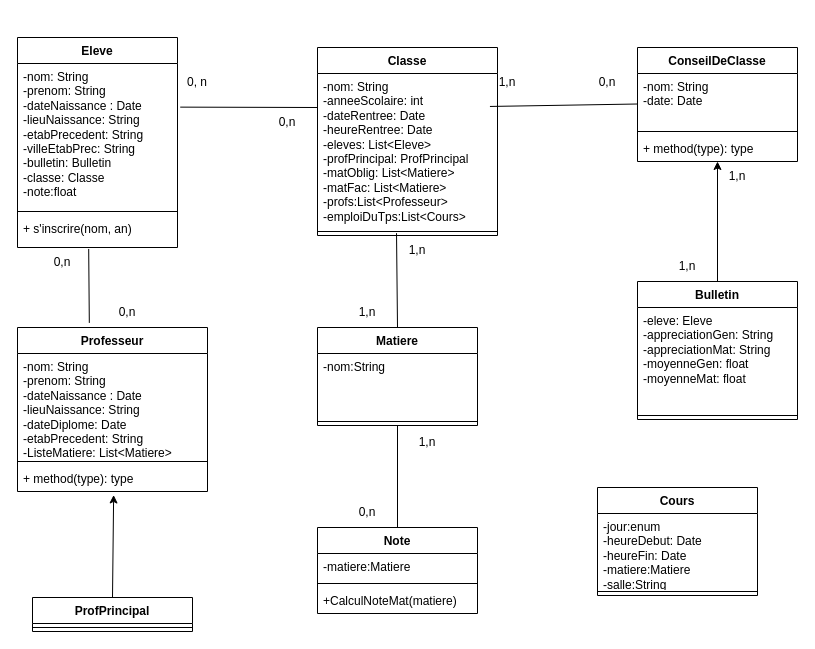
The draw.io diagram TP3.drawio in sheerinbanu/conception-uml, before the edit. Source tidied: cells renumbered, new cells numbered last; positions are measured from the earlier drawing's top-left corner, leaving out a move shared by most shapes. Both pictures are drawn from the tidied source at 100%, with x=0, y=0 at pixel (17, 37).
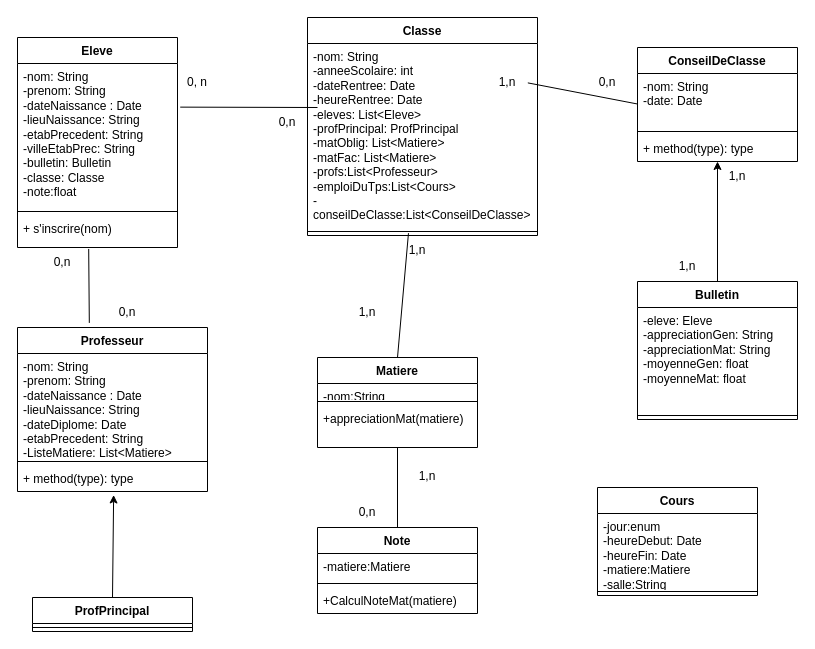
The same page after the edit.

Unchanged cells that the change refers to:
```xml
<mxCell id="2" value="Eleve" style="swimlane;fontStyle=1;align=center;verticalAlign=top;horizontal=1;startSize=26;whiteSpace=wrap;html=1;" parent="1" vertex="1">
  <mxGeometry width="160" height="210" as="geometry" />
</mxCell>
<mxCell id="41" value="Note" style="swimlane;fontStyle=1;align=center;verticalAlign=top;horizontal=1;startSize=26;whiteSpace=wrap;html=1;" parent="1" vertex="1">
  <mxGeometry x="300" y="490" width="160" height="86" as="geometry" />
</mxCell>
```

Diff of the diagram source:
```diff
@@
-    <mxCell id="5" value="+ s'inscrire(nom, an)" style="text;strokeColor=none;fillColor=none;align=left;verticalAlign=top;spacingLeft=4;spacingRight=4;overflow=hidden;points=[[0,0.5],[1,0.5]];portConstraint=eastwest;whiteSpace=wrap;html=1;" parent="2" vertex="1">
+    <mxCell id="5" value="+ s'inscrire(nom)" style="text;strokeColor=none;fillColor=none;align=left;verticalAlign=top;spacingLeft=4;spacingRight=4;overflow=hidden;points=[[0,0.5],[1,0.5]];portConstraint=eastwest;whiteSpace=wrap;html=1;" parent="2" vertex="1">
       <mxGeometry y="178" width="160" height="32" as="geometry" />
     </mxCell>
@@
     <mxCell id="10" value="Classe" style="swimlane;fontStyle=1;align=center;verticalAlign=top;horizontal=1;startSize=26;whiteSpace=wrap;html=1;" parent="1" vertex="1">
-      <mxGeometry x="300" y="10" width="180" height="188" as="geometry" />
+      <mxGeometry x="290" y="-20" width="230" height="218" as="geometry" />
     </mxCell>
-    <mxCell id="11" value="-nom: String&lt;div&gt;-anneeScolaire: int&lt;br&gt;&lt;div&gt;-dateRentree: Date&lt;/div&gt;&lt;div&gt;-heureRentree: Date&lt;/div&gt;&lt;div&gt;-eleves: List&amp;lt;Eleve&amp;gt;&lt;/div&gt;&lt;div&gt;-profPrincipal: ProfPrincipal&lt;/div&gt;&lt;div&gt;-matOblig: List&amp;lt;Matiere&amp;gt;&lt;/div&gt;&lt;div&gt;-matFac: List&amp;lt;Matiere&amp;gt;&lt;/div&gt;&lt;div&gt;-profs:List&amp;lt;Professeur&amp;gt;&lt;/div&gt;&lt;/div&gt;&lt;div&gt;-emploiDuTps:List&amp;lt;Cours&amp;gt;&lt;/div&gt;" style="text;strokeColor=none;fillColor=none;align=left;verticalAlign=top;spacingLeft=4;spacingRight=4;overflow=hidden;points=[[0,0.5],[1,0.5]];portConstraint=eastwest;whiteSpace=wrap;html=1;" parent="10" vertex="1">
-      <mxGeometry y="26" width="180" height="154" as="geometry" />
+    <mxCell id="11" value="-nom: String&lt;div&gt;-anneeScolaire: int&lt;br&gt;&lt;div&gt;-dateRentree: Date&lt;/div&gt;&lt;div&gt;-heureRentree: Date&lt;/div&gt;&lt;div&gt;-eleves: List&amp;lt;Eleve&amp;gt;&lt;/div&gt;&lt;div&gt;-profPrincipal: ProfPrincipal&lt;/div&gt;&lt;div&gt;-matOblig: List&amp;lt;Matiere&amp;gt;&lt;/div&gt;&lt;div&gt;-matFac: List&amp;lt;Matiere&amp;gt;&lt;/div&gt;&lt;div&gt;-profs:List&amp;lt;Professeur&amp;gt;&lt;/div&gt;&lt;/div&gt;&lt;div&gt;-emploiDuTps:List&amp;lt;Cours&amp;gt;&lt;/div&gt;&lt;div&gt;-conseilDeClasse:List&amp;lt;ConseilDeClasse&amp;gt;&lt;/div&gt;&lt;div&gt;&lt;br&gt;&lt;/div&gt;" style="text;strokeColor=none;fillColor=none;align=left;verticalAlign=top;spacingLeft=4;spacingRight=4;overflow=hidden;points=[[0,0.5],[1,0.5]];portConstraint=eastwest;whiteSpace=wrap;html=1;" parent="10" vertex="1">
+      <mxGeometry y="26" width="230" height="184" as="geometry" />
     </mxCell>
     <mxCell id="12" style="line;strokeWidth=1;fillColor=none;align=left;verticalAlign=middle;spacingTop=-1;spacingLeft=3;spacingRight=3;labelPosition=right;points=[];portConstraint=eastwest;strokeColor=inherit;" parent="10" vertex="1">
-      <mxGeometry y="180" width="180" height="8" as="geometry" />
+      <mxGeometry y="210" width="230" height="8" as="geometry" />
     </mxCell>
@@
-    <mxCell id="24" value="Matiere" style="swimlane;fontStyle=1;align=center;verticalAlign=top;horizontal=1;startSize=26;whiteSpace=wrap;html=1;" parent="1" vertex="1">
-      <mxGeometry x="300" y="290" width="160" height="98" as="geometry" />
-    </mxCell>
-    <mxCell id="25" value="-nom:String&lt;div&gt;&lt;br&gt;&lt;/div&gt;" style="text;strokeColor=none;fillColor=none;align=left;verticalAlign=top;spacingLeft=4;spacingRight=4;overflow=hidden;whiteSpace=wrap;html=1;" parent="24" vertex="1">
-      <mxGeometry y="26" width="160" height="64" as="geometry" />
-    </mxCell>
-    <mxCell id="26" style="line;strokeWidth=1;fillColor=none;align=left;verticalAlign=middle;spacingTop=-1;spacingLeft=3;spacingRight=3;labelPosition=right;strokeColor=inherit;" parent="24" vertex="1">
-      <mxGeometry y="90" width="160" height="8" as="geometry" />
-    </mxCell>
@@
-    <mxCell id="45" style="endArrow=none;html=1;rounded=0;exitX=0.5;exitY=0;exitDx=0;exitDy=0;entryX=0.5;entryY=1;entryDx=0;entryDy=0;" parent="1" edge="1" source="41" target="24">
-      <mxGeometry relative="1" as="geometry" />
+    <mxCell id="45" style="endArrow=none;html=1;rounded=0;exitX=0.5;exitY=0;exitDx=0;exitDy=0;entryX=0.5;entryY=1;entryDx=0;entryDy=0;" parent="1" edge="1" source="41">
+      <mxGeometry relative="1" as="geometry">
+        <mxPoint x="380" y="410" as="targetPoint" />
+      </mxGeometry>
     </mxCell>
     <mxCell id="46" value="1,n" style="text;html=1;align=center;verticalAlign=middle;whiteSpace=wrap;rounded=0;" parent="1" vertex="1">
-      <mxGeometry x="380" y="390" width="60" height="30" as="geometry" />
+      <mxGeometry x="380" y="424" width="60" height="30" as="geometry" />
     </mxCell>
@@
+    <mxCell id="24" value="Matiere" style="swimlane;fontStyle=1;align=center;verticalAlign=top;horizontal=1;startSize=26;whiteSpace=wrap;html=1;" parent="1" vertex="1">
+      <mxGeometry x="300" y="320" width="160" height="90" as="geometry" />
+    </mxCell>
+    <mxCell id="25" value="-nom:String" style="text;strokeColor=none;fillColor=none;align=left;verticalAlign=top;spacingLeft=4;spacingRight=4;overflow=hidden;whiteSpace=wrap;html=1;" parent="24" vertex="1">
+      <mxGeometry y="26" width="160" height="14" as="geometry" />
+    </mxCell>
+    <mxCell id="51" style="line;strokeWidth=1;fillColor=none;align=left;verticalAlign=middle;spacingTop=-1;spacingLeft=3;spacingRight=3;labelPosition=right;strokeColor=inherit;" parent="24" vertex="1">
+      <mxGeometry y="40" width="160" height="8" as="geometry" />
+    </mxCell>
+    <mxCell id="52" value="+appreciationMat(matiere)" style="text;strokeColor=none;fillColor=none;align=left;verticalAlign=top;spacingLeft=4;spacingRight=4;overflow=hidden;whiteSpace=wrap;html=1;" parent="24" vertex="1">
+      <mxGeometry y="48" width="160" height="42" as="geometry" />
+    </mxCell>
```
